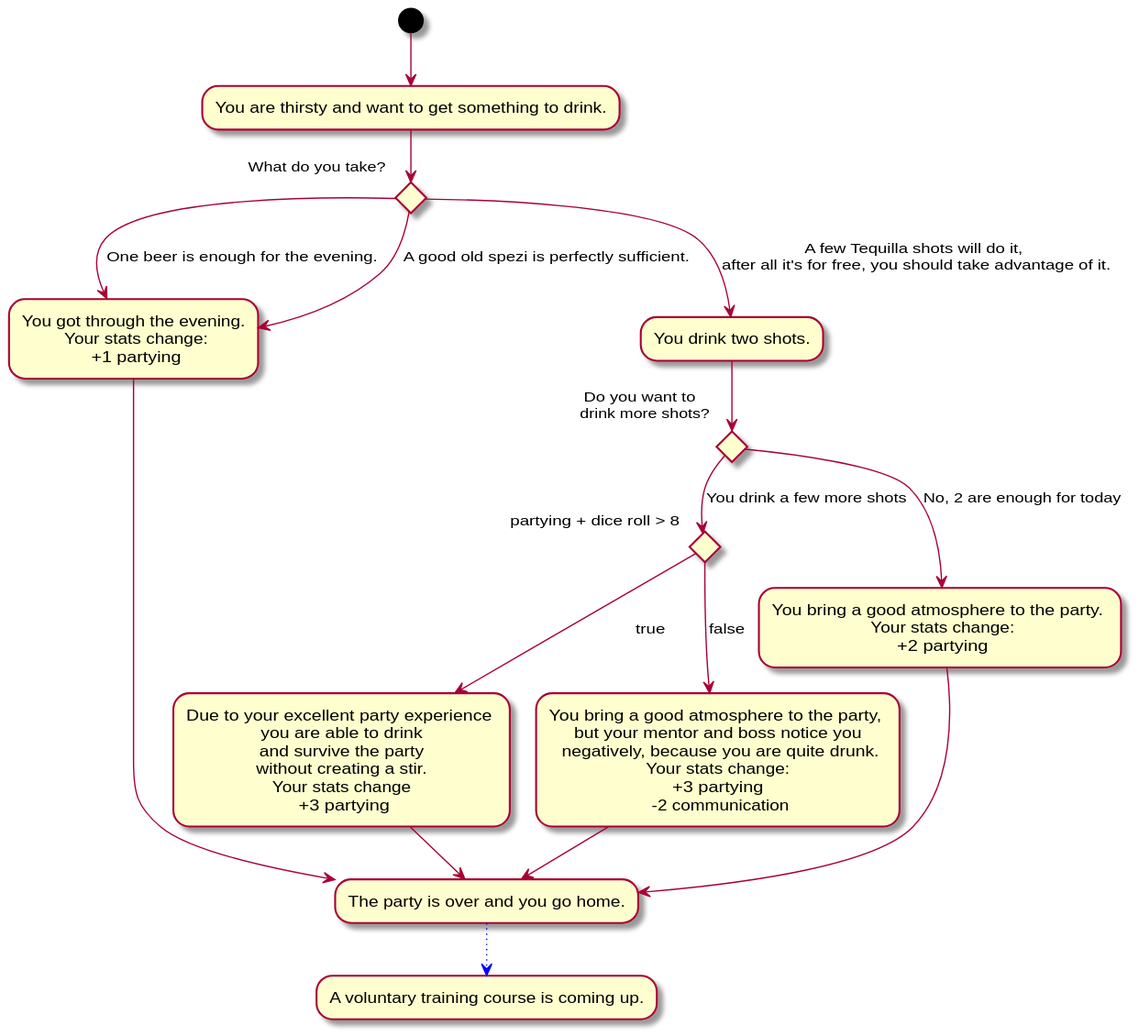
Brotenko/QualityQuest keeps this PlantUML diagram as Docs/Technical Specifications/docs/diagrams/StoryFlow/StoryFlow_Decision_8.svg. Above is the earlier version.
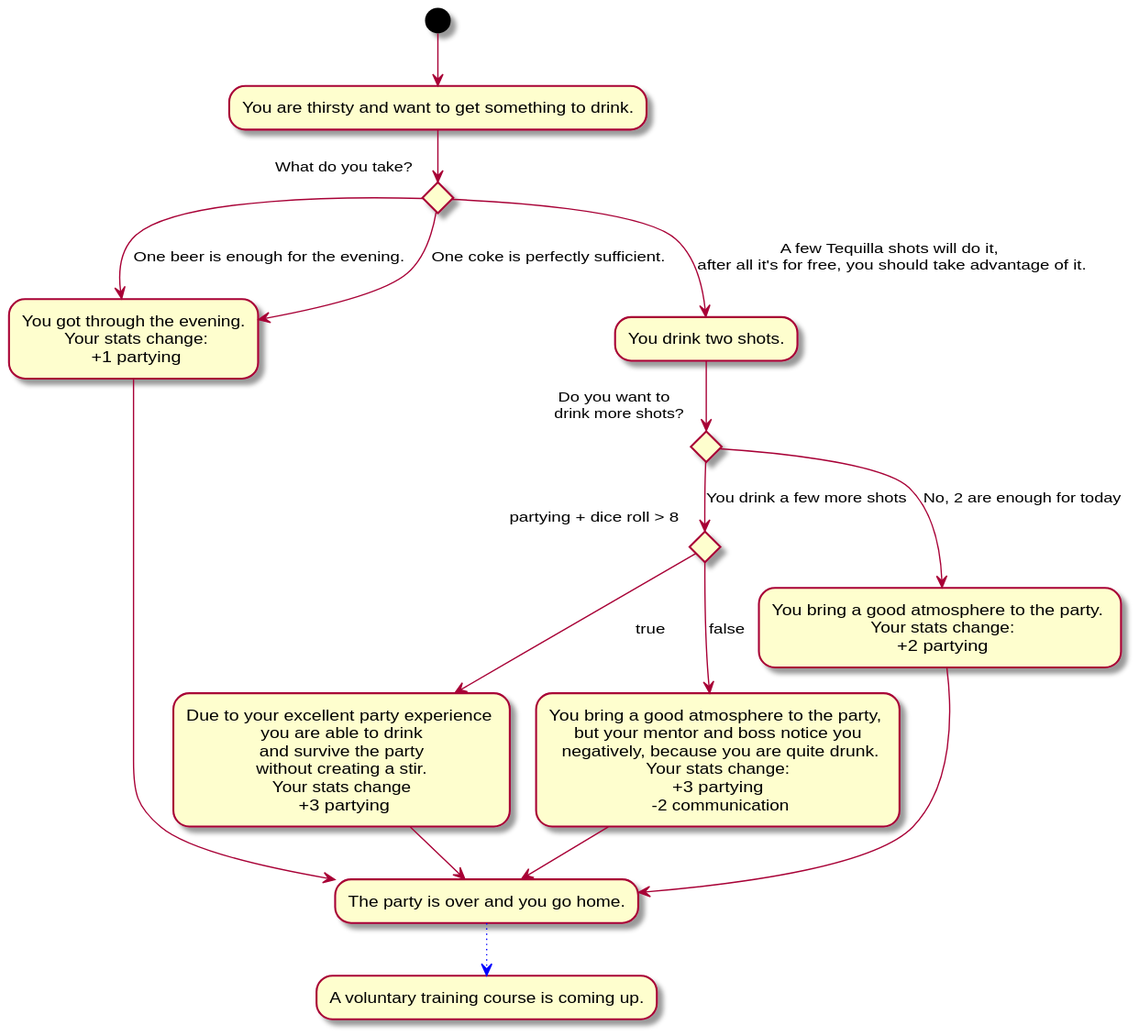
After the change.

The edit, as a diff of the source:
```diff
@@ -3,20 +3,20 @@
 if "What do you take?" then
 --> [One beer is enough for the evening.] "You got through the evening.\n Your stats change:\n +1 partying" as lightParty
 else
---> [A good old spezi is perfectly sufficient.] lightParty
+--> [One coke is perfectly sufficient.] lightParty
 else
--->[A few Tequilla shots will do it, \nafter all it's for free, you should take advantage of it.]"You drink two shots."
+-->[A few Tequilla shots will do it, \nafter all it's for free, you should take advantage of it.] "You drink two shots."
 if "Do you want to \n drink more shots?" then
 --> [You drink a few more shots] if "partying + dice roll > 8" as drink then
 --> [true] "Due to your excellent party experience \n you are able to drink \n and survive the party \n without creating a stir. \n Your stats change \n +3 partying" as goodEnd
 else
---> [false] "You bring a good atmosphere to the party, \n but your mentor and boss notice you \n negatively, because you are quite drunk.\n Your stats change: \n +3 partying \n -2 communication" as heavydrunk
+--> [false] "You bring a good atmosphere to the party, \n but your mentor and boss notice you \n negatively, because you are quite drunk.\n Your stats change: \n +3 partying \n -2 communication" as badEnd
 endif
 else
 --> [No, 2 are enough for today] "You bring a good atmosphere to the party. \n Your stats change:\n +2 partying"
 endif
 --> "The party is over and you go home." as home
-heavydrunk --> home
+badEnd --> home
 lightParty --> home
 goodEnd --> home
 -[#blue,dotted]-> "A voluntary training course is coming up."
```
